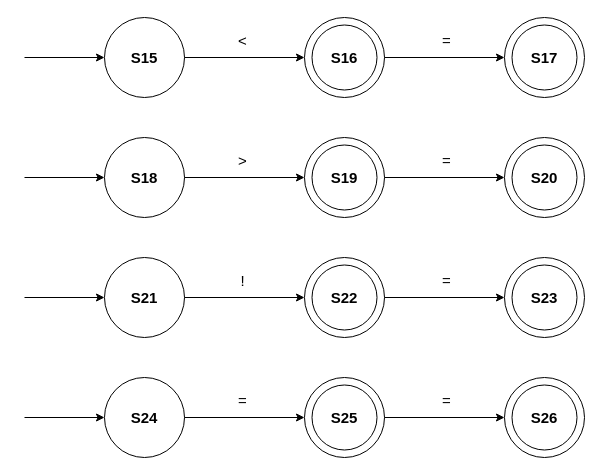
The draw.io diagram booleanOperator.drawio in MonaJea-Ng/Projects, before the edit. Source tidied: cells renumbered, new cells numbered last; positions are measured from the earlier drawing's top-left corner, leaving out a move shared by most shapes. Both pictures are drawn from the tidied source at 100%, with x=0, y=0 at pixel (24, 17).
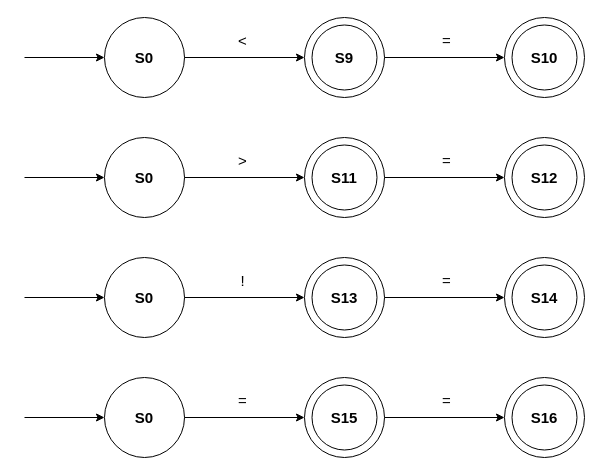
After the change.

Diff of the diagram source:
```diff
@@
-    <mxCell id="7" value="&lt;b style=&quot;font-size: 15px;&quot;&gt;S15&lt;/b&gt;" style="text;html=1;strokeColor=none;fillColor=none;align=center;verticalAlign=middle;whiteSpace=wrap;rounded=0;fontSize=15;" parent="1" vertex="1">
+    <mxCell id="7" value="&lt;b style=&quot;font-size: 15px;&quot;&gt;S0&lt;/b&gt;" style="text;html=1;strokeColor=none;fillColor=none;align=center;verticalAlign=middle;whiteSpace=wrap;rounded=0;fontSize=15;" parent="1" vertex="1">
       <mxGeometry x="90" y="25" width="60" height="30" as="geometry" />
     </mxCell>
-    <mxCell id="8" value="&lt;b&gt;&lt;font style=&quot;font-size: 15px;&quot;&gt;S16&lt;/font&gt;&lt;/b&gt;" style="text;html=1;strokeColor=none;fillColor=none;align=center;verticalAlign=middle;whiteSpace=wrap;rounded=0;" parent="1" vertex="1">
+    <mxCell id="8" value="&lt;b&gt;&lt;font style=&quot;font-size: 15px;&quot;&gt;S9&lt;/font&gt;&lt;/b&gt;" style="text;html=1;strokeColor=none;fillColor=none;align=center;verticalAlign=middle;whiteSpace=wrap;rounded=0;" parent="1" vertex="1">
       <mxGeometry x="290" y="25" width="60" height="30" as="geometry" />
     </mxCell>
@@
-    <mxCell id="13" value="&lt;b&gt;&lt;font style=&quot;font-size: 15px;&quot;&gt;S17&lt;/font&gt;&lt;/b&gt;" style="text;html=1;strokeColor=none;fillColor=none;align=center;verticalAlign=middle;whiteSpace=wrap;rounded=0;" parent="1" vertex="1">
+    <mxCell id="13" value="&lt;b&gt;&lt;font style=&quot;font-size: 15px;&quot;&gt;S10&lt;/font&gt;&lt;/b&gt;" style="text;html=1;strokeColor=none;fillColor=none;align=center;verticalAlign=middle;whiteSpace=wrap;rounded=0;" parent="1" vertex="1">
       <mxGeometry x="490" y="25" width="60" height="30" as="geometry" />
     </mxCell>
@@
-    <mxCell id="20" value="&lt;b style=&quot;font-size: 15px;&quot;&gt;S18&lt;/b&gt;" style="text;html=1;strokeColor=none;fillColor=none;align=center;verticalAlign=middle;whiteSpace=wrap;rounded=0;fontSize=15;" parent="1" vertex="1">
+    <mxCell id="20" value="&lt;b style=&quot;font-size: 15px;&quot;&gt;S0&lt;/b&gt;" style="text;html=1;strokeColor=none;fillColor=none;align=center;verticalAlign=middle;whiteSpace=wrap;rounded=0;fontSize=15;" parent="1" vertex="1">
       <mxGeometry x="90" y="145" width="60" height="30" as="geometry" />
     </mxCell>
-    <mxCell id="21" value="&lt;b&gt;&lt;font style=&quot;font-size: 15px;&quot;&gt;S19&lt;/font&gt;&lt;/b&gt;" style="text;html=1;strokeColor=none;fillColor=none;align=center;verticalAlign=middle;whiteSpace=wrap;rounded=0;" parent="1" vertex="1">
+    <mxCell id="21" value="&lt;b&gt;&lt;font style=&quot;font-size: 15px;&quot;&gt;S11&lt;/font&gt;&lt;/b&gt;" style="text;html=1;strokeColor=none;fillColor=none;align=center;verticalAlign=middle;whiteSpace=wrap;rounded=0;" parent="1" vertex="1">
       <mxGeometry x="290" y="145" width="60" height="30" as="geometry" />
     </mxCell>
@@
-    <mxCell id="26" value="&lt;b&gt;&lt;font style=&quot;font-size: 15px;&quot;&gt;S20&lt;/font&gt;&lt;/b&gt;" style="text;html=1;strokeColor=none;fillColor=none;align=center;verticalAlign=middle;whiteSpace=wrap;rounded=0;" parent="1" vertex="1">
+    <mxCell id="26" value="&lt;b&gt;&lt;font style=&quot;font-size: 15px;&quot;&gt;S12&lt;/font&gt;&lt;/b&gt;" style="text;html=1;strokeColor=none;fillColor=none;align=center;verticalAlign=middle;whiteSpace=wrap;rounded=0;" parent="1" vertex="1">
       <mxGeometry x="490" y="145" width="60" height="30" as="geometry" />
     </mxCell>
@@
-    <mxCell id="33" value="&lt;b style=&quot;font-size: 15px;&quot;&gt;S21&lt;/b&gt;" style="text;html=1;strokeColor=none;fillColor=none;align=center;verticalAlign=middle;whiteSpace=wrap;rounded=0;fontSize=15;" parent="1" vertex="1">
+    <mxCell id="33" value="&lt;b style=&quot;font-size: 15px;&quot;&gt;S0&lt;/b&gt;" style="text;html=1;strokeColor=none;fillColor=none;align=center;verticalAlign=middle;whiteSpace=wrap;rounded=0;fontSize=15;" parent="1" vertex="1">
       <mxGeometry x="90" y="265" width="60" height="30" as="geometry" />
     </mxCell>
-    <mxCell id="34" value="&lt;b&gt;&lt;font style=&quot;font-size: 15px;&quot;&gt;S22&lt;/font&gt;&lt;/b&gt;" style="text;html=1;strokeColor=none;fillColor=none;align=center;verticalAlign=middle;whiteSpace=wrap;rounded=0;" parent="1" vertex="1">
+    <mxCell id="34" value="&lt;b&gt;&lt;font style=&quot;font-size: 15px;&quot;&gt;S13&lt;/font&gt;&lt;/b&gt;" style="text;html=1;strokeColor=none;fillColor=none;align=center;verticalAlign=middle;whiteSpace=wrap;rounded=0;" parent="1" vertex="1">
       <mxGeometry x="290" y="265" width="60" height="30" as="geometry" />
     </mxCell>
@@
-    <mxCell id="39" value="&lt;b&gt;&lt;font style=&quot;font-size: 15px;&quot;&gt;S23&lt;/font&gt;&lt;/b&gt;" style="text;html=1;strokeColor=none;fillColor=none;align=center;verticalAlign=middle;whiteSpace=wrap;rounded=0;" parent="1" vertex="1">
+    <mxCell id="39" value="&lt;b&gt;&lt;font style=&quot;font-size: 15px;&quot;&gt;S14&lt;/font&gt;&lt;/b&gt;" style="text;html=1;strokeColor=none;fillColor=none;align=center;verticalAlign=middle;whiteSpace=wrap;rounded=0;" parent="1" vertex="1">
       <mxGeometry x="490" y="265" width="60" height="30" as="geometry" />
     </mxCell>
@@
-    <mxCell id="46" value="&lt;b style=&quot;font-size: 15px;&quot;&gt;S24&lt;/b&gt;" style="text;html=1;strokeColor=none;fillColor=none;align=center;verticalAlign=middle;whiteSpace=wrap;rounded=0;fontSize=15;" parent="1" vertex="1">
+    <mxCell id="46" value="&lt;b style=&quot;font-size: 15px;&quot;&gt;S0&lt;/b&gt;" style="text;html=1;strokeColor=none;fillColor=none;align=center;verticalAlign=middle;whiteSpace=wrap;rounded=0;fontSize=15;" parent="1" vertex="1">
       <mxGeometry x="90" y="385" width="60" height="30" as="geometry" />
     </mxCell>
-    <mxCell id="47" value="&lt;b&gt;&lt;font style=&quot;font-size: 15px;&quot;&gt;S25&lt;/font&gt;&lt;/b&gt;" style="text;html=1;strokeColor=none;fillColor=none;align=center;verticalAlign=middle;whiteSpace=wrap;rounded=0;" parent="1" vertex="1">
+    <mxCell id="47" value="&lt;b&gt;&lt;font style=&quot;font-size: 15px;&quot;&gt;S15&lt;/font&gt;&lt;/b&gt;" style="text;html=1;strokeColor=none;fillColor=none;align=center;verticalAlign=middle;whiteSpace=wrap;rounded=0;" parent="1" vertex="1">
       <mxGeometry x="290" y="385" width="60" height="30" as="geometry" />
     </mxCell>
@@
-    <mxCell id="52" value="&lt;b&gt;&lt;font style=&quot;font-size: 15px;&quot;&gt;S26&lt;/font&gt;&lt;/b&gt;" style="text;html=1;strokeColor=none;fillColor=none;align=center;verticalAlign=middle;whiteSpace=wrap;rounded=0;" parent="1" vertex="1">
+    <mxCell id="52" value="&lt;b&gt;&lt;font style=&quot;font-size: 15px;&quot;&gt;S16&lt;/font&gt;&lt;/b&gt;" style="text;html=1;strokeColor=none;fillColor=none;align=center;verticalAlign=middle;whiteSpace=wrap;rounded=0;" parent="1" vertex="1">
       <mxGeometry x="490" y="385" width="60" height="30" as="geometry" />
     </mxCell>
```
